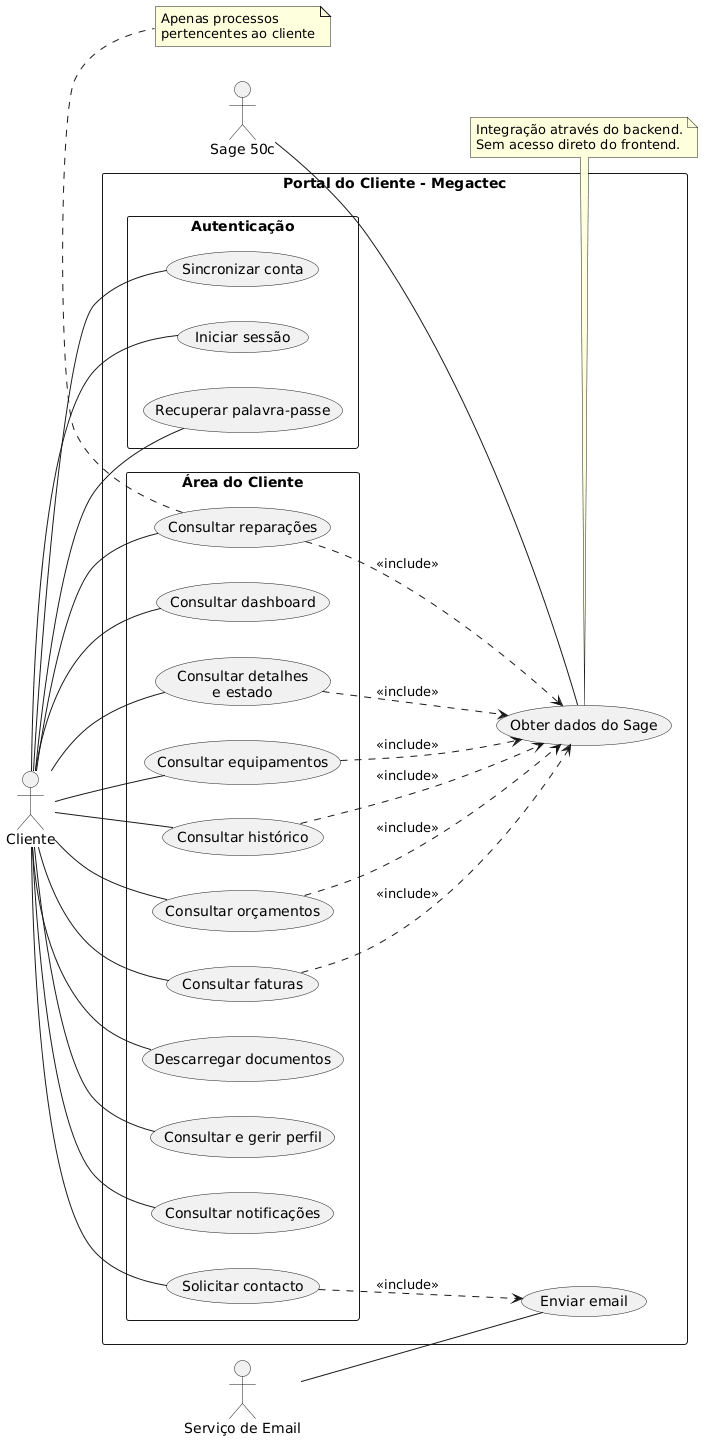
The PlantUML diagram docs/Diagrama de casos de uso.png in klangkuenstler/portal-clientes-sage50c, before a commit.
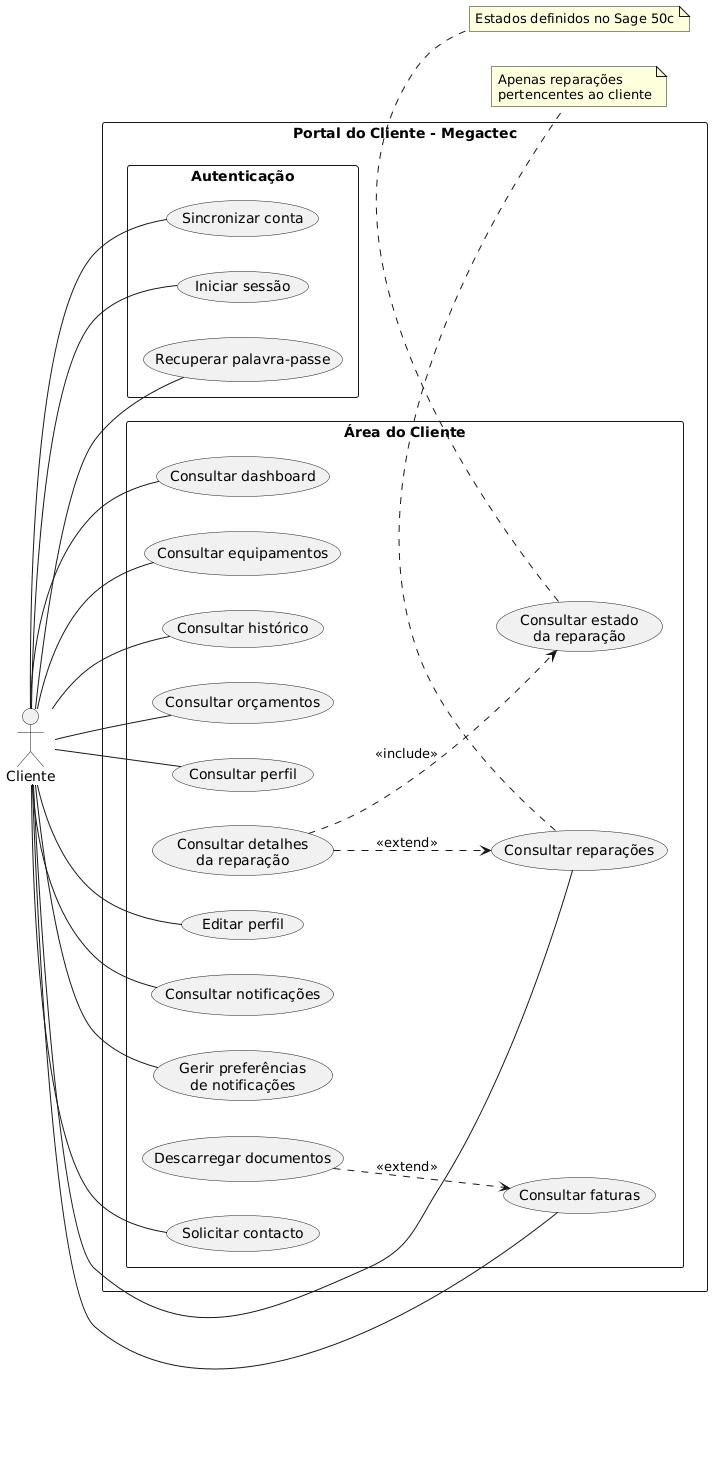
Above is the later version.

Commit message:
Document portal requirements, architecture and development guidance

Change to the diagram source:
```diff
@@ -1,11 +1,10 @@
 @startuml
 left to right direction
+
 skinparam packageStyle rectangle
 skinparam shadowing false
 
 actor "Cliente" as Cliente
-actor "Sage 50c" as Sage
-actor "Serviço de Email" as Email
 
 rectangle "Portal do Cliente - Megactec" {
 
@@ -18,19 +17,19 @@
   package "Área do Cliente" {
     usecase "Consultar dashboard" as UC04
     usecase "Consultar reparações" as UC05
-    usecase "Consultar detalhes\ne estado" as UC06
-    usecase "Consultar equipamentos" as UC07
-    usecase "Consultar histórico" as UC08
-    usecase "Consultar orçamentos" as UC09
-    usecase "Consultar faturas" as UC10
-    usecase "Descarregar documentos" as UC11
-    usecase "Consultar e gerir perfil" as UC12
-    usecase "Consultar notificações" as UC13
-    usecase "Solicitar contacto" as UC14
+    usecase "Consultar detalhes\nda reparação" as UC06
+    usecase "Consultar estado\nda reparação" as UC07
+    usecase "Consultar equipamentos" as UC08
+    usecase "Consultar histórico" as UC09
+    usecase "Consultar orçamentos" as UC10
+    usecase "Consultar faturas" as UC11
+    usecase "Descarregar documentos" as UC12
+    usecase "Consultar perfil" as UC13
+    usecase "Editar perfil" as UC14
+    usecase "Consultar notificações" as UC15
+    usecase "Gerir preferências\nde notificações" as UC16
+    usecase "Solicitar contacto" as UC17
   }
-
-  usecase "Obter dados do Sage" as UC15
-  usecase "Enviar email" as UC16
 }
 
 Cliente -- UC01
@@ -38,34 +37,26 @@
 Cliente -- UC03
 Cliente -- UC04
 Cliente -- UC05
-Cliente -- UC06
-Cliente -- UC07
 Cliente -- UC08
 Cliente -- UC09
 Cliente -- UC10
 Cliente -- UC11
-Cliente -- UC12
 Cliente -- UC13
 Cliente -- UC14
+Cliente -- UC15
+Cliente -- UC16
+Cliente -- UC17
 
-UC05 ..> UC15 : <<include>>
-UC06 ..> UC15 : <<include>>
-UC07 ..> UC15 : <<include>>
-UC08 ..> UC15 : <<include>>
-UC09 ..> UC15 : <<include>>
-UC10 ..> UC15 : <<include>>
-UC14 ..> UC16 : <<include>>
-
-Sage -- UC15
-Email -- UC16
+UC06 ..> UC05 : <<extend>>
+UC06 ..> UC07 : <<include>>
+UC12 ..> UC11 : <<extend>>
 
 note bottom of UC05
-  Apenas processos
+  Apenas reparações
   pertencentes ao cliente
 end note
 
-note bottom of UC15
-  Integração através do backend.
-  Sem acesso direto do frontend.
+note bottom of UC07
+  Estados definidos no Sage 50c
 end note
 @enduml
```
